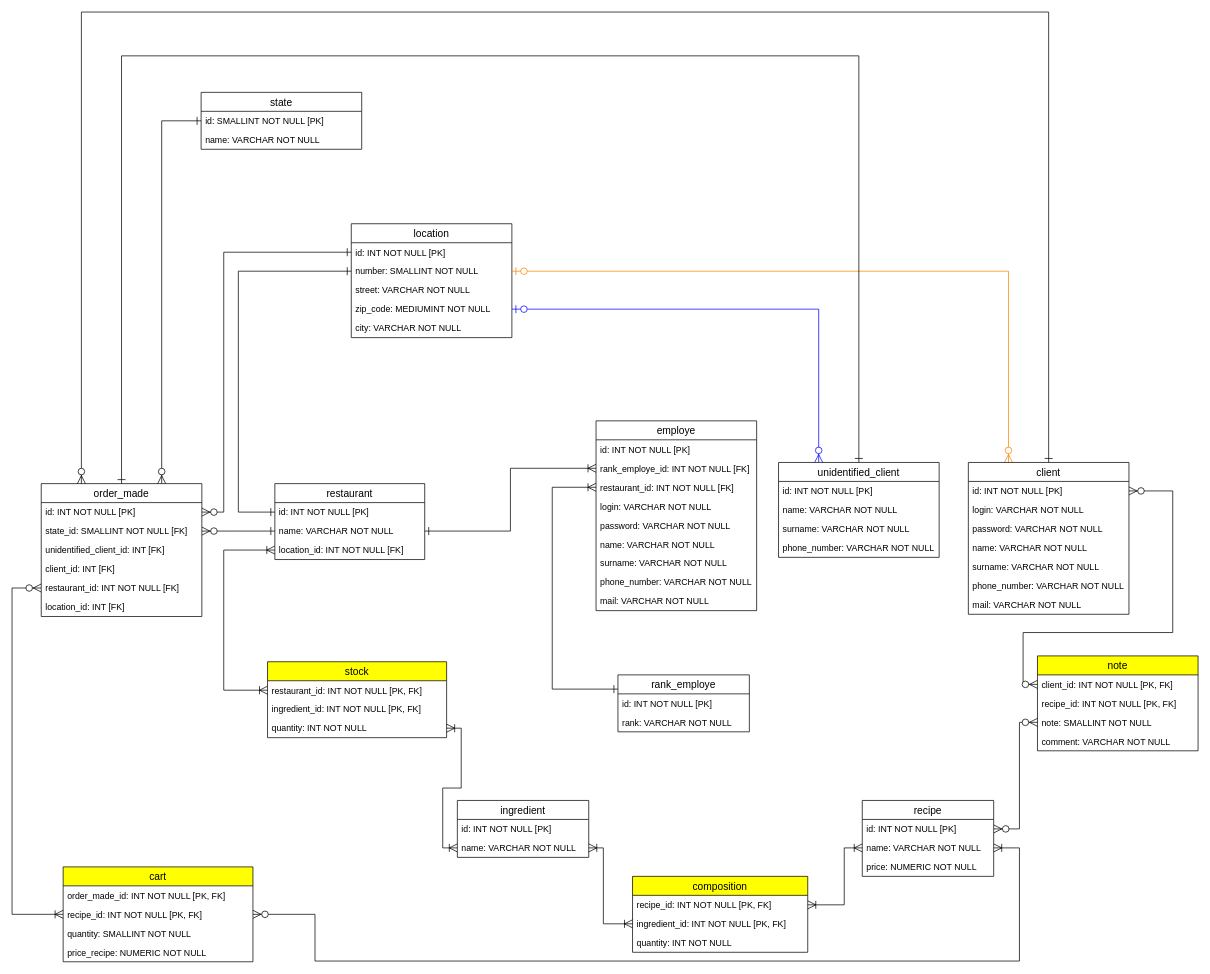
Above: ER diagram.drawio in damien-devpy/OC-P6 (draw.io), before the change. Source tidied: cells renumbered, new cells numbered last; positions are measured from the earlier drawing's top-left corner, leaving out a move shared by most shapes. Both pictures are drawn from the tidied source at 73%, with x=0, y=0 at pixel (12, 12).
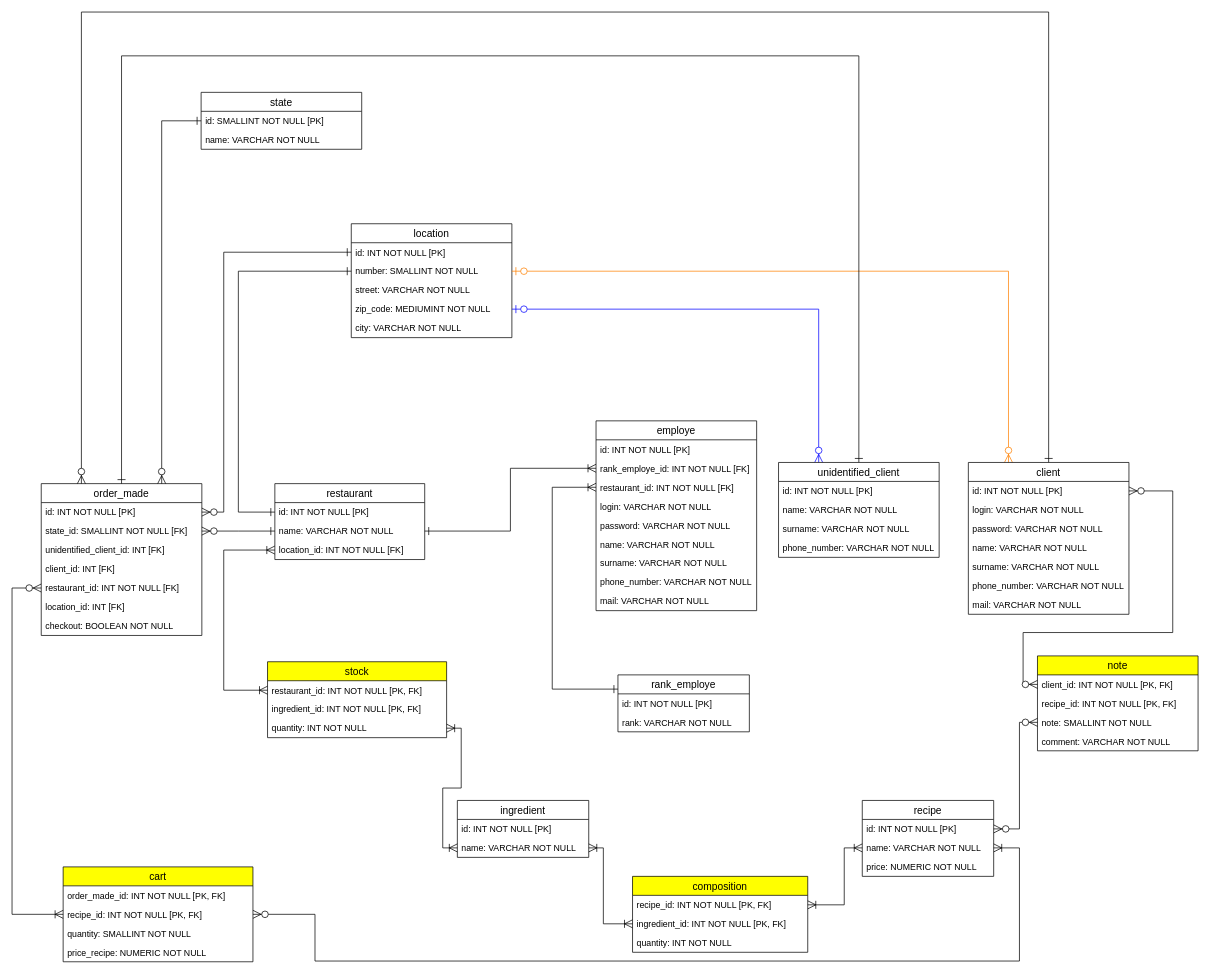
Above is the later version.

Commit message (it also covers changes not shown here):
Change the way the checkout is manage. Now an attribute in order_made, not a state anymore

Change to the diagram source:
```diff
@@
     <mxCell id="25" value="order_made" style="swimlane;fontStyle=0;horizontal=1;startSize=26;align=center;fontSize=14;labelBackgroundColor=#ffffff;strokeColor=#000000;" parent="1" vertex="1">
-      <mxGeometry x="40" y="646" width="220" height="182" as="geometry" />
+      <mxGeometry x="40" y="646" width="220" height="208" as="geometry" />
     </mxCell>
@@
+    <mxCell id="91" value="checkout: BOOLEAN NOT NULL" style="text;strokeColor=none;fillColor=none;spacingLeft=4;spacingRight=4;overflow=hidden;fontSize=12;" parent="25" vertex="1">
+      <mxGeometry y="182" width="220" height="26" as="geometry" />
+    </mxCell>
```
